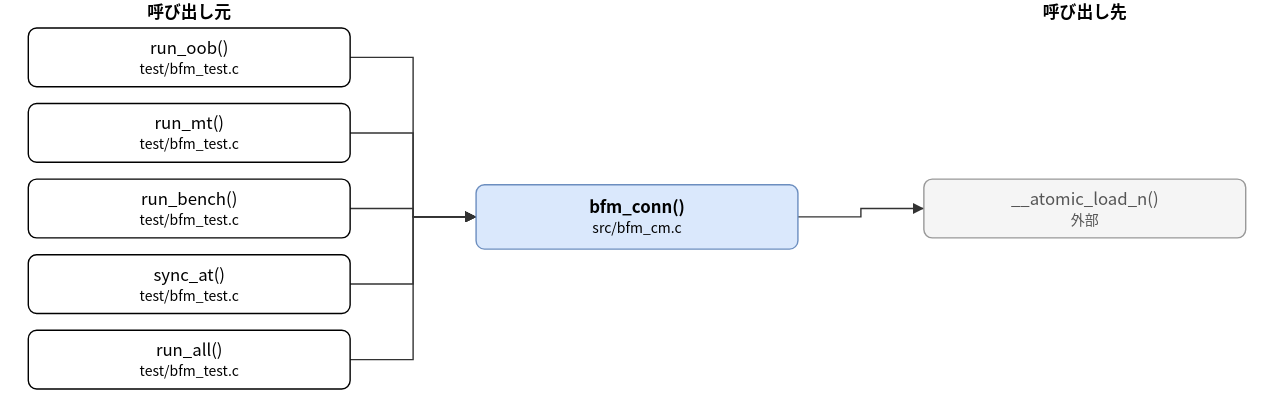
The draw.io diagram doc/spec/images/call_src_bfm_cm-bfm_conn.drawio.svg in hf355051012-ai/bfmem, before a commit. Source tidied: cells renumbered, new cells last; positions are measured from the earlier drawing's top-left corner, leaving out a move shared by most shapes. Source of this version:
```xml
<mxGraphModel>
  <root>
    <mxCell id="0" />
    <mxCell id="1" parent="0" />
    <mxCell id="2" value="bfm_conn()&lt;br&gt;&lt;font style=&quot;font-size:10px&quot;&gt;src/bfm_cm.c&lt;/font&gt;" style="rounded=1;whiteSpace=wrap;html=1;fillColor=#dae8fc;strokeColor=#6c8ebf;fontStyle=1;" parent="1" vertex="1">
      <mxGeometry x="320" y="132" width="230" height="46" as="geometry" />
    </mxCell>
    <mxCell id="3" value="run_oob()&lt;br&gt;&lt;font style=&quot;font-size:10px&quot;&gt;test/bfm_test.c&lt;/font&gt;" style="rounded=1;whiteSpace=wrap;html=1;" parent="1" vertex="1">
      <mxGeometry y="20" width="230" height="42" as="geometry" />
    </mxCell>
    <mxCell id="4" value="run_mt()&lt;br&gt;&lt;font style=&quot;font-size:10px&quot;&gt;test/bfm_test.c&lt;/font&gt;" style="rounded=1;whiteSpace=wrap;html=1;" parent="1" vertex="1">
      <mxGeometry y="74" width="230" height="42" as="geometry" />
    </mxCell>
    <mxCell id="5" value="run_bench()&lt;br&gt;&lt;font style=&quot;font-size:10px&quot;&gt;test/bfm_test.c&lt;/font&gt;" style="rounded=1;whiteSpace=wrap;html=1;" parent="1" vertex="1">
      <mxGeometry y="128" width="230" height="42" as="geometry" />
    </mxCell>
    <mxCell id="6" value="sync_at()&lt;br&gt;&lt;font style=&quot;font-size:10px&quot;&gt;test/bfm_test.c&lt;/font&gt;" style="rounded=1;whiteSpace=wrap;html=1;" parent="1" vertex="1">
      <mxGeometry y="182" width="230" height="42" as="geometry" />
    </mxCell>
    <mxCell id="7" value="run_all()&lt;br&gt;&lt;font style=&quot;font-size:10px&quot;&gt;test/bfm_test.c&lt;/font&gt;" style="rounded=1;whiteSpace=wrap;html=1;" parent="1" vertex="1">
      <mxGeometry y="236" width="230" height="42" as="geometry" />
    </mxCell>
    <mxCell id="8" value="__atomic_load_n()&lt;br&gt;&lt;font style=&quot;font-size:10px&quot;&gt;外部&lt;/font&gt;" style="rounded=1;whiteSpace=wrap;html=1;fillColor=#f5f5f5;strokeColor=#999999;fontColor=#555555;" parent="1" vertex="1">
      <mxGeometry x="640" y="128" width="230" height="42" as="geometry" />
    </mxCell>
    <mxCell id="9" style="edgeStyle=none;html=1;rounded=0;endArrow=block;endFill=1;exitX=1.0000;exitY=0.5000;exitDx=0;exitDy=0;exitPerimeter=0;entryX=0.0000;entryY=0.5000;entryDx=0;entryDy=0;entryPerimeter=0;" parent="1" edge="1" source="3" target="2">
      <mxGeometry relative="1" as="geometry">
        <Array as="points">
          <mxPoint x="275" y="41" />
          <mxPoint x="275" y="155" />
        </Array>
      </mxGeometry>
    </mxCell>
    <mxCell id="10" style="edgeStyle=none;html=1;rounded=0;endArrow=block;endFill=1;exitX=1.0000;exitY=0.5000;exitDx=0;exitDy=0;exitPerimeter=0;entryX=0.0000;entryY=0.5000;entryDx=0;entryDy=0;entryPerimeter=0;" parent="1" edge="1" source="4" target="2">
      <mxGeometry relative="1" as="geometry">
        <Array as="points">
          <mxPoint x="275" y="95" />
          <mxPoint x="275" y="155" />
        </Array>
      </mxGeometry>
    </mxCell>
    <mxCell id="11" style="edgeStyle=none;html=1;rounded=0;endArrow=block;endFill=1;exitX=1.0000;exitY=0.5000;exitDx=0;exitDy=0;exitPerimeter=0;entryX=0.0000;entryY=0.5000;entryDx=0;entryDy=0;entryPerimeter=0;" parent="1" edge="1" source="5" target="2">
      <mxGeometry relative="1" as="geometry">
        <Array as="points">
          <mxPoint x="275" y="149" />
          <mxPoint x="275" y="155" />
        </Array>
      </mxGeometry>
    </mxCell>
    <mxCell id="12" style="edgeStyle=none;html=1;rounded=0;endArrow=block;endFill=1;exitX=1.0000;exitY=0.5000;exitDx=0;exitDy=0;exitPerimeter=0;entryX=0.0000;entryY=0.5000;entryDx=0;entryDy=0;entryPerimeter=0;" parent="1" edge="1" source="6" target="2">
      <mxGeometry relative="1" as="geometry">
        <Array as="points">
          <mxPoint x="275" y="203" />
          <mxPoint x="275" y="155" />
        </Array>
      </mxGeometry>
    </mxCell>
    <mxCell id="13" style="edgeStyle=none;html=1;rounded=0;endArrow=block;endFill=1;exitX=1.0000;exitY=0.5000;exitDx=0;exitDy=0;exitPerimeter=0;entryX=0.0000;entryY=0.5000;entryDx=0;entryDy=0;entryPerimeter=0;" parent="1" edge="1" source="7" target="2">
      <mxGeometry relative="1" as="geometry">
        <Array as="points">
          <mxPoint x="275" y="257" />
          <mxPoint x="275" y="155" />
        </Array>
      </mxGeometry>
    </mxCell>
    <mxCell id="14" style="edgeStyle=none;html=1;rounded=0;endArrow=block;endFill=1;exitX=1.0000;exitY=0.5000;exitDx=0;exitDy=0;exitPerimeter=0;entryX=0.0000;entryY=0.5000;entryDx=0;entryDy=0;entryPerimeter=0;" parent="1" edge="1" source="2" target="8">
      <mxGeometry relative="1" as="geometry">
        <Array as="points">
          <mxPoint x="595" y="155" />
          <mxPoint x="595" y="149" />
        </Array>
      </mxGeometry>
    </mxCell>
    <mxCell id="15" value="呼び出し元" style="text;html=1;align=center;fontStyle=1;" parent="1" vertex="1">
      <mxGeometry x="35" width="160" height="18" as="geometry" />
    </mxCell>
    <mxCell id="16" value="呼び出し先" style="text;html=1;align=center;fontStyle=1;" parent="1" vertex="1">
      <mxGeometry x="675" width="160" height="18" as="geometry" />
    </mxCell>
  </root>
</mxGraphModel>
```
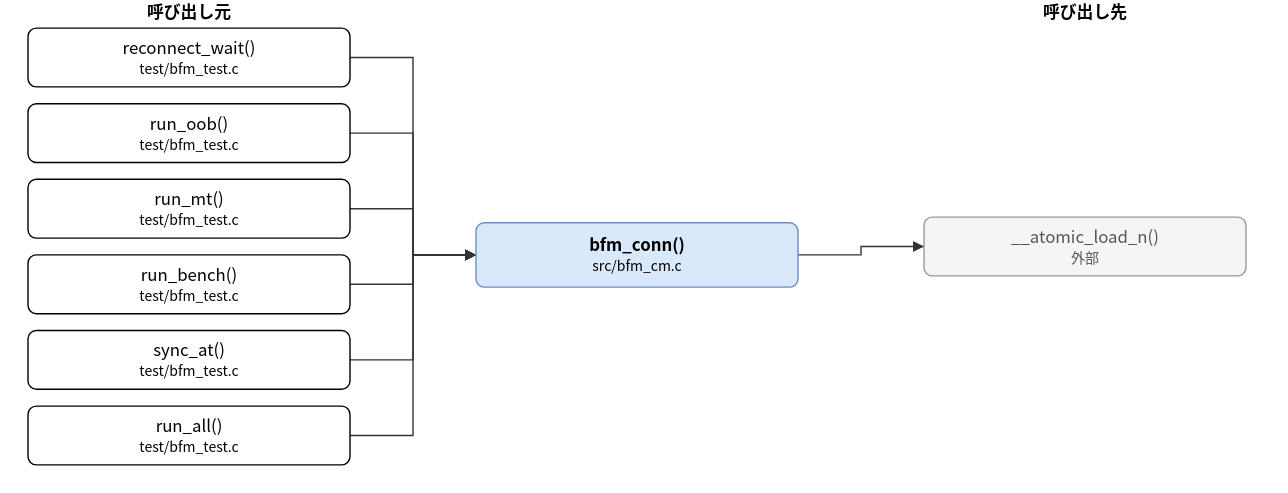
After the change.

What changed in the source:
```diff
@@ -3,31 +3,34 @@
     <mxCell id="0" />
     <mxCell id="1" parent="0" />
     <mxCell id="2" value="bfm_conn()&lt;br&gt;&lt;font style=&quot;font-size:10px&quot;&gt;src/bfm_cm.c&lt;/font&gt;" style="rounded=1;whiteSpace=wrap;html=1;fillColor=#dae8fc;strokeColor=#6c8ebf;fontStyle=1;" parent="1" vertex="1">
-      <mxGeometry x="320" y="132" width="230" height="46" as="geometry" />
+      <mxGeometry x="320" y="159" width="230" height="46" as="geometry" />
     </mxCell>
-    <mxCell id="3" value="run_oob()&lt;br&gt;&lt;font style=&quot;font-size:10px&quot;&gt;test/bfm_test.c&lt;/font&gt;" style="rounded=1;whiteSpace=wrap;html=1;" parent="1" vertex="1">
+    <mxCell id="3" value="reconnect_wait()&lt;br&gt;&lt;font style=&quot;font-size:10px&quot;&gt;test/bfm_test.c&lt;/font&gt;" style="rounded=1;whiteSpace=wrap;html=1;" parent="1" vertex="1">
       <mxGeometry y="20" width="230" height="42" as="geometry" />
     </mxCell>
-    <mxCell id="4" value="run_mt()&lt;br&gt;&lt;font style=&quot;font-size:10px&quot;&gt;test/bfm_test.c&lt;/font&gt;" style="rounded=1;whiteSpace=wrap;html=1;" parent="1" vertex="1">
+    <mxCell id="4" value="run_oob()&lt;br&gt;&lt;font style=&quot;font-size:10px&quot;&gt;test/bfm_test.c&lt;/font&gt;" style="rounded=1;whiteSpace=wrap;html=1;" parent="1" vertex="1">
       <mxGeometry y="74" width="230" height="42" as="geometry" />
     </mxCell>
-    <mxCell id="5" value="run_bench()&lt;br&gt;&lt;font style=&quot;font-size:10px&quot;&gt;test/bfm_test.c&lt;/font&gt;" style="rounded=1;whiteSpace=wrap;html=1;" parent="1" vertex="1">
+    <mxCell id="5" value="run_mt()&lt;br&gt;&lt;font style=&quot;font-size:10px&quot;&gt;test/bfm_test.c&lt;/font&gt;" style="rounded=1;whiteSpace=wrap;html=1;" parent="1" vertex="1">
       <mxGeometry y="128" width="230" height="42" as="geometry" />
     </mxCell>
-    <mxCell id="6" value="sync_at()&lt;br&gt;&lt;font style=&quot;font-size:10px&quot;&gt;test/bfm_test.c&lt;/font&gt;" style="rounded=1;whiteSpace=wrap;html=1;" parent="1" vertex="1">
+    <mxCell id="6" value="run_bench()&lt;br&gt;&lt;font style=&quot;font-size:10px&quot;&gt;test/bfm_test.c&lt;/font&gt;" style="rounded=1;whiteSpace=wrap;html=1;" parent="1" vertex="1">
       <mxGeometry y="182" width="230" height="42" as="geometry" />
     </mxCell>
-    <mxCell id="7" value="run_all()&lt;br&gt;&lt;font style=&quot;font-size:10px&quot;&gt;test/bfm_test.c&lt;/font&gt;" style="rounded=1;whiteSpace=wrap;html=1;" parent="1" vertex="1">
+    <mxCell id="7" value="sync_at()&lt;br&gt;&lt;font style=&quot;font-size:10px&quot;&gt;test/bfm_test.c&lt;/font&gt;" style="rounded=1;whiteSpace=wrap;html=1;" parent="1" vertex="1">
       <mxGeometry y="236" width="230" height="42" as="geometry" />
     </mxCell>
+    <mxCell id="17" value="run_all()&lt;br&gt;&lt;font style=&quot;font-size:10px&quot;&gt;test/bfm_test.c&lt;/font&gt;" style="rounded=1;whiteSpace=wrap;html=1;" parent="1" vertex="1">
+      <mxGeometry y="290" width="230" height="42" as="geometry" />
+    </mxCell>
     <mxCell id="8" value="__atomic_load_n()&lt;br&gt;&lt;font style=&quot;font-size:10px&quot;&gt;外部&lt;/font&gt;" style="rounded=1;whiteSpace=wrap;html=1;fillColor=#f5f5f5;strokeColor=#999999;fontColor=#555555;" parent="1" vertex="1">
-      <mxGeometry x="640" y="128" width="230" height="42" as="geometry" />
+      <mxGeometry x="640" y="155" width="230" height="42" as="geometry" />
     </mxCell>
     <mxCell id="9" style="edgeStyle=none;html=1;rounded=0;endArrow=block;endFill=1;exitX=1.0000;exitY=0.5000;exitDx=0;exitDy=0;exitPerimeter=0;entryX=0.0000;entryY=0.5000;entryDx=0;entryDy=0;entryPerimeter=0;" parent="1" edge="1" source="3" target="2">
       <mxGeometry relative="1" as="geometry">
         <Array as="points">
           <mxPoint x="275" y="41" />
-          <mxPoint x="275" y="155" />
+          <mxPoint x="275" y="182" />
         </Array>
       </mxGeometry>
     </mxCell>
@@ -35,7 +38,7 @@
       <mxGeometry relative="1" as="geometry">
         <Array as="points">
           <mxPoint x="275" y="95" />
-          <mxPoint x="275" y="155" />
+          <mxPoint x="275" y="182" />
         </Array>
       </mxGeometry>
     </mxCell>
@@ -43,7 +46,7 @@
       <mxGeometry relative="1" as="geometry">
         <Array as="points">
           <mxPoint x="275" y="149" />
-          <mxPoint x="275" y="155" />
+          <mxPoint x="275" y="182" />
         </Array>
       </mxGeometry>
     </mxCell>
@@ -51,7 +54,7 @@
       <mxGeometry relative="1" as="geometry">
         <Array as="points">
           <mxPoint x="275" y="203" />
-          <mxPoint x="275" y="155" />
+          <mxPoint x="275" y="182" />
         </Array>
       </mxGeometry>
     </mxCell>
@@ -59,18 +62,26 @@
       <mxGeometry relative="1" as="geometry">
         <Array as="points">
           <mxPoint x="275" y="257" />
-          <mxPoint x="275" y="155" />
+          <mxPoint x="275" y="182" />
         </Array>
       </mxGeometry>
     </mxCell>
-    <mxCell id="14" style="edgeStyle=none;html=1;rounded=0;endArrow=block;endFill=1;exitX=1.0000;exitY=0.5000;exitDx=0;exitDy=0;exitPerimeter=0;entryX=0.0000;entryY=0.5000;entryDx=0;entryDy=0;entryPerimeter=0;" parent="1" edge="1" source="2" target="8">
+    <mxCell id="14" style="edgeStyle=none;html=1;rounded=0;endArrow=block;endFill=1;exitX=1.0000;exitY=0.5000;exitDx=0;exitDy=0;exitPerimeter=0;entryX=0.0000;entryY=0.5000;entryDx=0;entryDy=0;entryPerimeter=0;" parent="1" edge="1" source="17" target="2">
       <mxGeometry relative="1" as="geometry">
         <Array as="points">
-          <mxPoint x="595" y="155" />
-          <mxPoint x="595" y="149" />
+          <mxPoint x="275" y="311" />
+          <mxPoint x="275" y="182" />
         </Array>
       </mxGeometry>
     </mxCell>
+    <mxCell id="18" style="edgeStyle=none;html=1;rounded=0;endArrow=block;endFill=1;exitX=1.0000;exitY=0.5000;exitDx=0;exitDy=0;exitPerimeter=0;entryX=0.0000;entryY=0.5000;entryDx=0;entryDy=0;entryPerimeter=0;" parent="1" edge="1" source="2" target="8">
+      <mxGeometry relative="1" as="geometry">
+        <Array as="points">
+          <mxPoint x="595" y="182" />
+          <mxPoint x="595" y="176" />
+        </Array>
+      </mxGeometry>
+    </mxCell>
     <mxCell id="15" value="呼び出し元" style="text;html=1;align=center;fontStyle=1;" parent="1" vertex="1">
       <mxGeometry x="35" width="160" height="18" as="geometry" />
     </mxCell>
```
